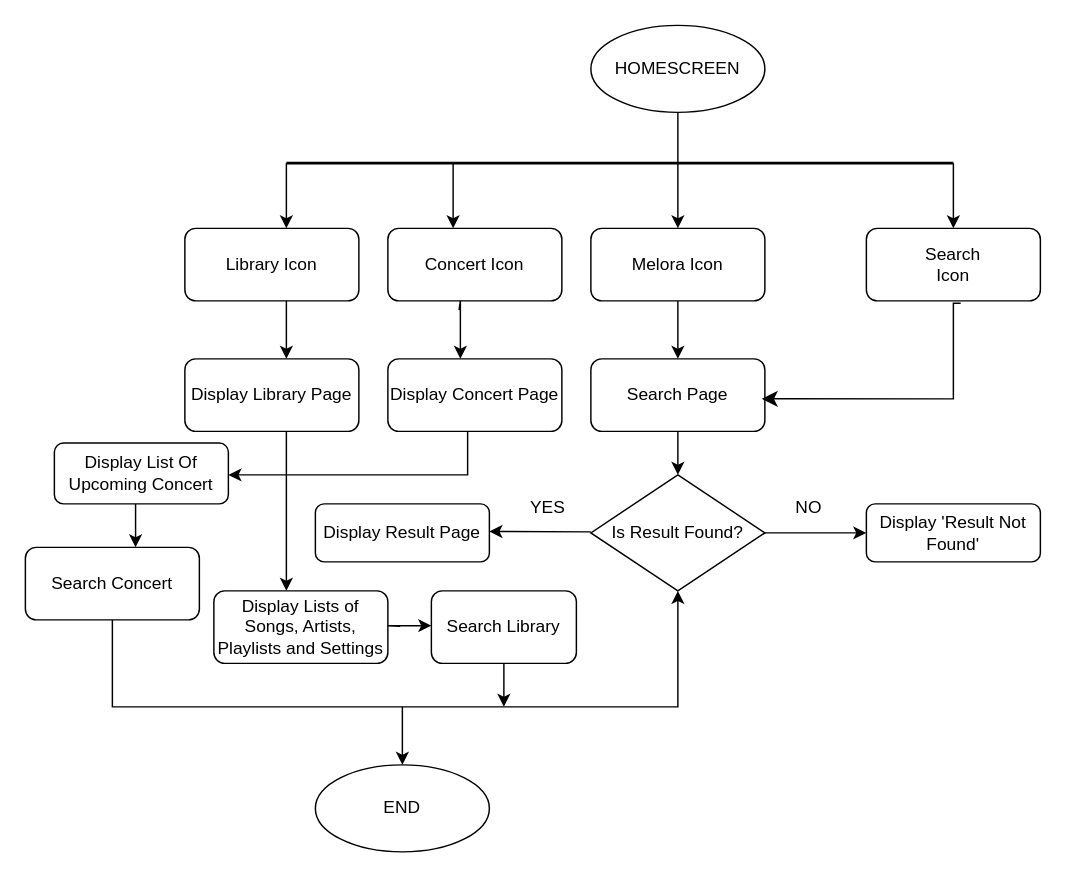
Above: Untitled Diagram.drawio in John-Agyemang/Demo-repo (draw.io), before the change. Source tidied: cells renumbered, new cells numbered last; positions are measured from the earlier drawing's top-left corner, leaving out a move shared by most shapes. Both pictures are drawn from the tidied source at 145%, with x=0, y=0 at pixel (25, 25).
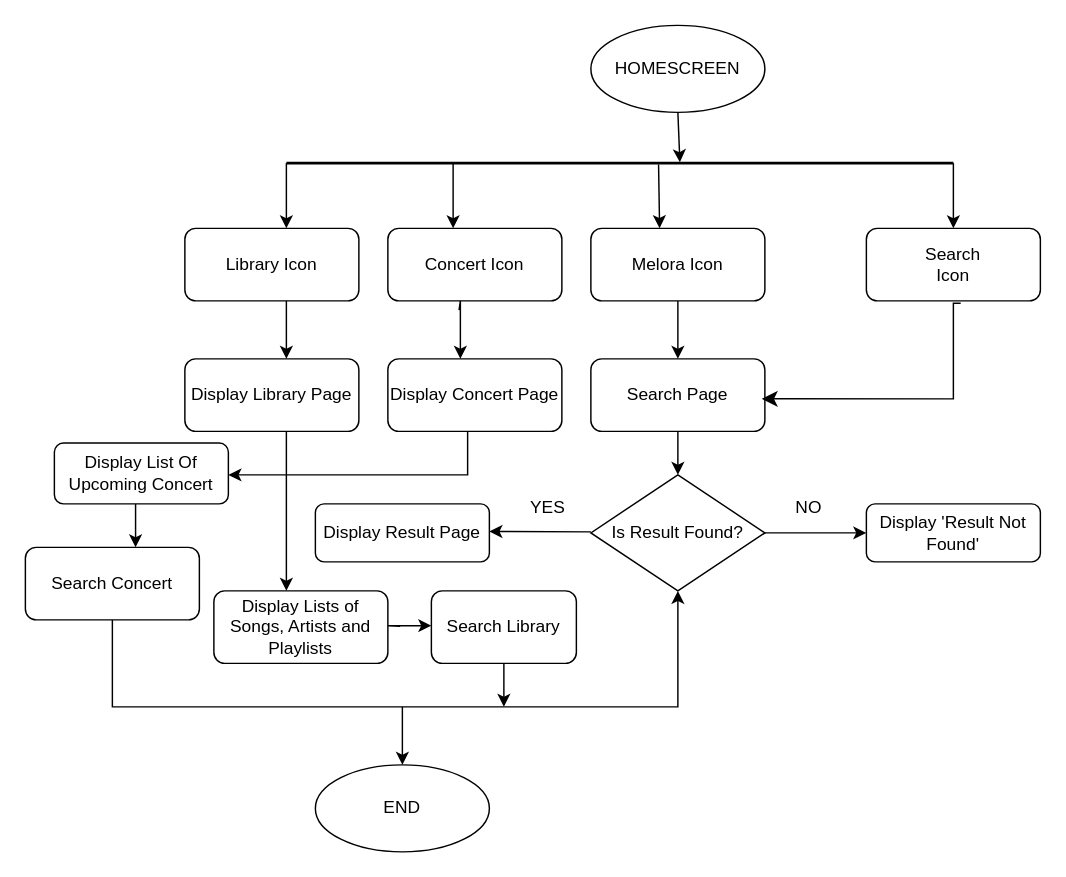
The same page after the edit.

Unchanged cells that the change refers to:
```xml
<mxCell id="2" style="ellipse;whiteSpace=wrap;html=1;" parent="1" vertex="1">
  <mxGeometry x="390" width="120" height="60" as="geometry" />
</mxCell>
<mxCell id="5" style="line;strokeWidth=2;html=1;" parent="1" vertex="1">
  <mxGeometry x="180" y="90" width="460" height="10" as="geometry" />
</mxCell>
<mxCell id="11" style="rounded=1;whiteSpace=wrap;html=1;" parent="1" vertex="1">
  <mxGeometry x="390" y="140" width="120" height="50" as="geometry" />
</mxCell>
```

Diff of the diagram source:
```diff
@@
-    <mxCell id="3" style="endArrow=classic;html=1;rounded=0;exitX=0.5;exitY=1;exitDx=0;exitDy=0;" parent="1" edge="1" source="2">
-      <mxGeometry relative="1" as="geometry">
-        <mxPoint x="450" y="140" as="targetPoint" />
-      </mxGeometry>
+    <mxCell id="3" style="endArrow=classic;html=1;rounded=0;exitX=0.5;exitY=1;exitDx=0;exitDy=0;entryX=0.59;entryY=0.441;entryDx=0;entryDy=0;entryPerimeter=0;" parent="1" edge="1" source="2" target="5">
+      <mxGeometry relative="1" as="geometry" />
     </mxCell>
@@
-    <mxCell id="37" value="Display Lists of Songs, Artists, Playlists and Settings" style="rounded=1;whiteSpace=wrap;html=1;" parent="1" vertex="1">
+    <mxCell id="37" value="Display Lists of Songs, Artists and Playlists" style="rounded=1;whiteSpace=wrap;html=1;" parent="1" vertex="1">
       <mxGeometry x="130" y="390" width="120" height="50" as="geometry" />
     </mxCell>
@@
+    <mxCell id="45" style="endArrow=classic;html=1;rounded=0;exitX=0.558;exitY=0.598;exitDx=0;exitDy=0;exitPerimeter=0;entryX=0.395;entryY=-0.002;entryDx=0;entryDy=0;entryPerimeter=0;" parent="1" edge="1" source="5" target="11">
+      <mxGeometry relative="1" as="geometry" />
+    </mxCell>
```
